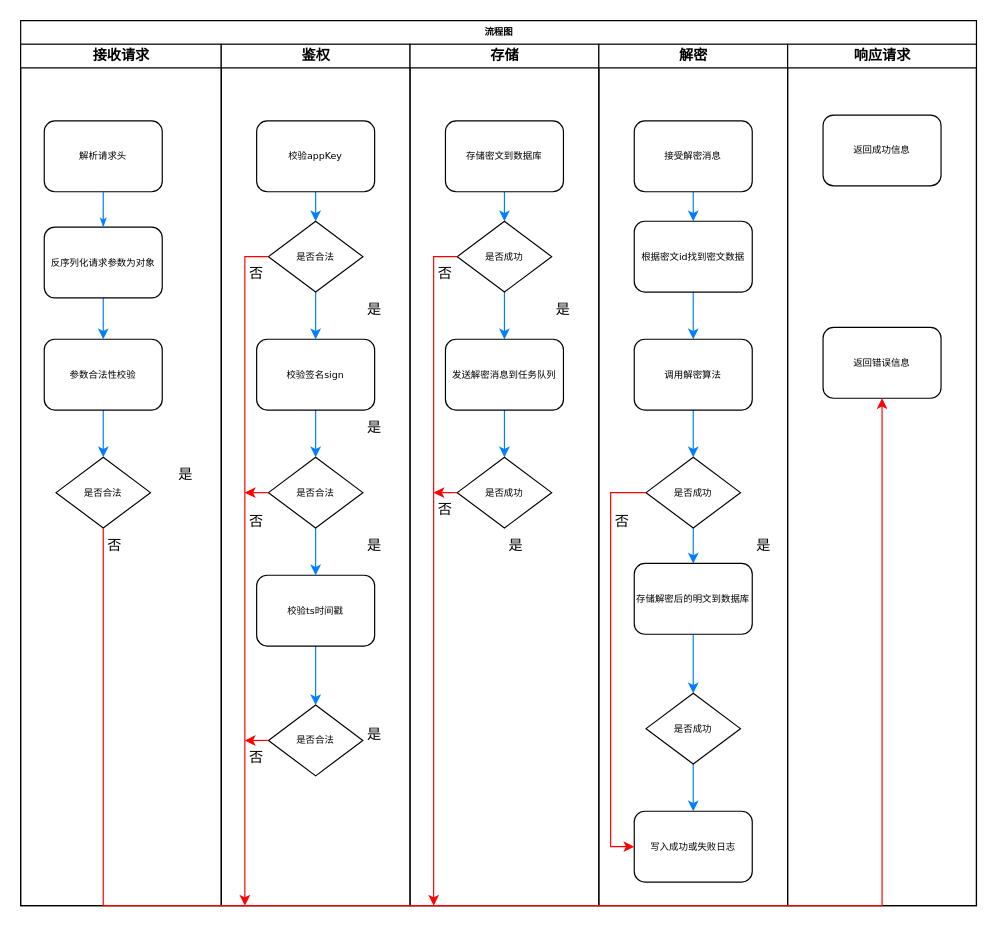
jeefs/mindGraph keeps this draw.io diagram as uploadEncryptData.drawio. Above is the earlier version. Source tidied: cells renumbered, new cells numbered last; positions are measured from the earlier drawing's top-left corner, leaving out a move shared by most shapes. Both pictures are drawn from the tidied source at 118%, with x=0, y=0 at pixel (20, 20).
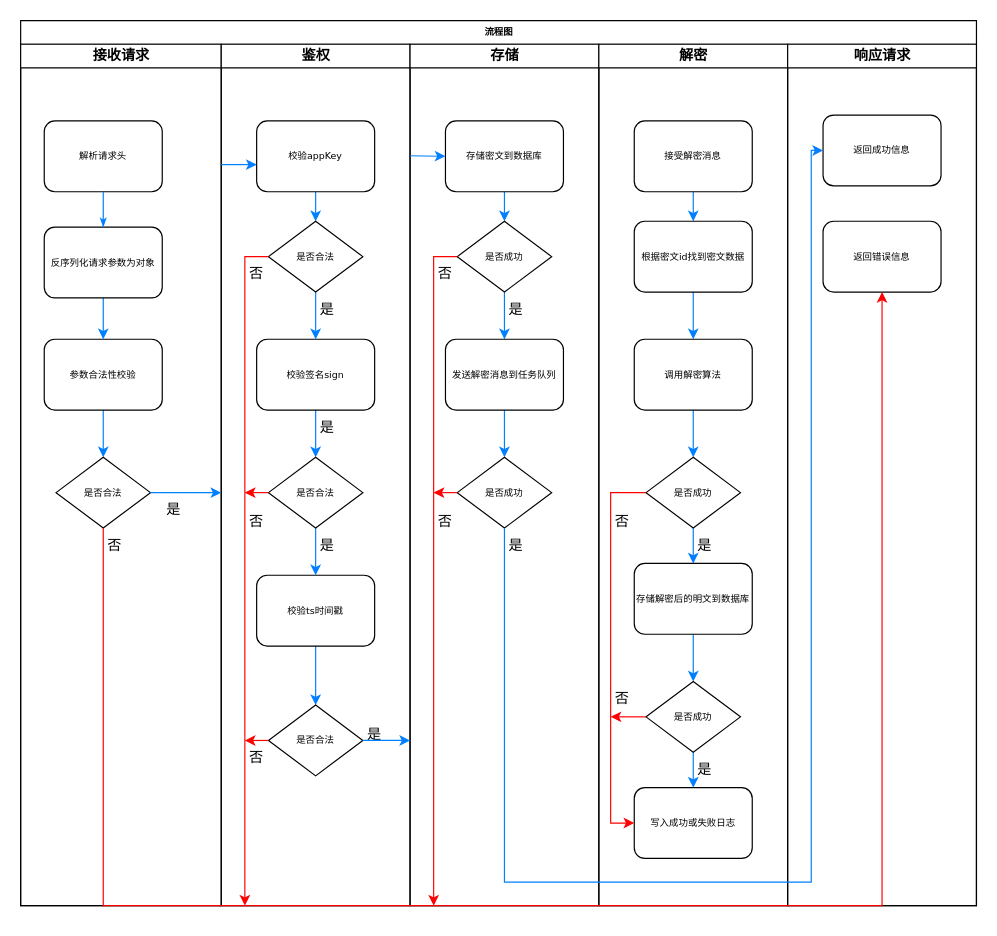
After the change.

The change refers to these unchanged cells:
```xml
<mxCell id="3" style="group;labelBackgroundColor=none;" parent="2" vertex="1">
  <mxGeometry y="20" width="810" height="730" as="geometry" />
</mxCell>
<mxCell id="4" value="接收请求" style="swimlane;html=1;startSize=20;labelBackgroundColor=none;" parent="3" vertex="1">
  <mxGeometry width="170" height="730" as="geometry" />
</mxCell>
<mxCell id="11" value="是否合法" style="rhombus;whiteSpace=wrap;html=1;rounded=0;shadow=0;labelBackgroundColor=none;strokeWidth=1;fontFamily=Verdana;fontSize=8;align=center;" parent="4" vertex="1">
  <mxGeometry x="30" y="350" width="80" height="60" as="geometry" />
</mxCell>
<mxCell id="14" value="鉴权" style="swimlane;html=1;startSize=20;labelBackgroundColor=none;" parent="3" vertex="1">
  <mxGeometry x="170" width="160" height="730" as="geometry" />
</mxCell>
<mxCell id="28" value="是否合法" style="rhombus;whiteSpace=wrap;html=1;rounded=0;shadow=0;labelBackgroundColor=none;strokeWidth=1;fontFamily=Verdana;fontSize=8;align=center;" parent="14" vertex="1">
  <mxGeometry x="40" y="560" width="80" height="60" as="geometry" />
</mxCell>
<mxCell id="33" value="存储" style="swimlane;html=1;startSize=20;labelBackgroundColor=none;" parent="3" vertex="1">
  <mxGeometry x="330" width="160" height="730" as="geometry" />
</mxCell>
<mxCell id="40" value="是否成功" style="rhombus;whiteSpace=wrap;html=1;rounded=0;shadow=0;labelBackgroundColor=none;strokeWidth=1;fontFamily=Verdana;fontSize=8;align=center;" parent="33" vertex="1">
  <mxGeometry x="40" y="350" width="80" height="60" as="geometry" />
</mxCell>
<mxCell id="45" value="解密" style="swimlane;html=1;startSize=20;labelBackgroundColor=none;" parent="3" vertex="1">
  <mxGeometry x="490" width="160" height="730" as="geometry" />
</mxCell>
<mxCell id="53" value="是否成功" style="rhombus;whiteSpace=wrap;html=1;rounded=0;shadow=0;labelBackgroundColor=none;strokeWidth=1;fontFamily=Verdana;fontSize=8;align=center;" parent="45" vertex="1">
  <mxGeometry x="40" y="350" width="80" height="60" as="geometry" />
</mxCell>
<mxCell id="62" value="响应请求" style="swimlane;html=1;startSize=20;labelBackgroundColor=none;" parent="3" vertex="1">
  <mxGeometry x="650" width="160" height="730" as="geometry" />
</mxCell>
<mxCell id="64" value="返回成功信息" style="rounded=1;whiteSpace=wrap;html=1;shadow=0;labelBackgroundColor=none;strokeWidth=1;fontFamily=Verdana;fontSize=8;align=center;" parent="62" vertex="1">
  <mxGeometry x="30" y="60" width="100" height="60" as="geometry" />
</mxCell>
```

Change to the diagram source:
```diff
@@
-    <mxCell id="12" value="是" style="text;strokeColor=none;align=center;fillColor=none;html=1;verticalAlign=middle;whiteSpace=wrap;rounded=0;labelBackgroundColor=none;" parent="4" vertex="1">
-      <mxGeometry x="110" y="350" width="60" height="30" as="geometry" />
-    </mxCell>
@@
+    <mxCell id="71" value="是" style="text;strokeColor=none;align=center;fillColor=none;html=1;verticalAlign=middle;whiteSpace=wrap;rounded=0;labelBackgroundColor=none;" parent="4" vertex="1">
+      <mxGeometry x="100" y="380" width="60" height="30" as="geometry" />
+    </mxCell>
@@
     <mxCell id="23" value="是" style="text;strokeColor=none;align=center;fillColor=none;html=1;verticalAlign=middle;whiteSpace=wrap;rounded=0;labelBackgroundColor=none;" parent="14" vertex="1">
-      <mxGeometry x="100" y="210" width="60" height="30" as="geometry" />
+      <mxGeometry x="60" y="210" width="60" height="30" as="geometry" />
     </mxCell>
@@
     <mxCell id="26" value="是" style="text;strokeColor=none;align=center;fillColor=none;html=1;verticalAlign=middle;whiteSpace=wrap;rounded=0;labelBackgroundColor=none;" parent="14" vertex="1">
-      <mxGeometry x="100" y="310" width="60" height="30" as="geometry" />
+      <mxGeometry x="60" y="310" width="60" height="30" as="geometry" />
     </mxCell>
     <mxCell id="27" value="是" style="text;strokeColor=none;align=center;fillColor=none;html=1;verticalAlign=middle;whiteSpace=wrap;rounded=0;labelBackgroundColor=none;" parent="14" vertex="1">
-      <mxGeometry x="100" y="410" width="60" height="30" as="geometry" />
+      <mxGeometry x="60" y="410" width="60" height="30" as="geometry" />
     </mxCell>
@@
+    <mxCell id="72" style="endArrow=classic;html=1;rounded=0;strokeColor=#007FFF;" parent="14" edge="1">
+      <mxGeometry relative="1" as="geometry">
+        <mxPoint y="102" as="sourcePoint" />
+        <mxPoint x="30" y="102" as="targetPoint" />
+      </mxGeometry>
+    </mxCell>
@@
     <mxCell id="41" value="是" style="text;strokeColor=none;align=center;fillColor=none;html=1;verticalAlign=middle;whiteSpace=wrap;rounded=0;labelBackgroundColor=none;" parent="33" vertex="1">
-      <mxGeometry x="100" y="210" width="60" height="30" as="geometry" />
+      <mxGeometry x="60" y="210" width="60" height="30" as="geometry" />
     </mxCell>
@@
     <mxCell id="43" value="否" style="text;strokeColor=none;align=center;fillColor=none;html=1;verticalAlign=middle;whiteSpace=wrap;rounded=0;labelBackgroundColor=none;" parent="33" vertex="1">
-      <mxGeometry y="380" width="60" height="30" as="geometry" />
+      <mxGeometry y="390" width="60" height="30" as="geometry" />
     </mxCell>
+    <mxCell id="73" style="endArrow=classic;html=1;rounded=0;strokeColor=#007FFF;" parent="33" edge="1">
+      <mxGeometry relative="1" as="geometry">
+        <mxPoint y="94.5" as="sourcePoint" />
+        <mxPoint x="30" y="95" as="targetPoint" />
+      </mxGeometry>
+    </mxCell>
@@
     <mxCell id="56" value="是" style="text;strokeColor=none;align=center;fillColor=none;html=1;verticalAlign=middle;whiteSpace=wrap;rounded=0;labelBackgroundColor=none;" parent="45" vertex="1">
-      <mxGeometry x="110" y="410" width="60" height="30" as="geometry" />
+      <mxGeometry x="60" y="410" width="60" height="30" as="geometry" />
     </mxCell>
     <mxCell id="57" value="写入成功或失败日志" style="rounded=1;whiteSpace=wrap;html=1;shadow=0;labelBackgroundColor=none;strokeWidth=1;fontFamily=Verdana;fontSize=8;align=center;" parent="45" vertex="1">
-      <mxGeometry x="30" y="650" width="100" height="60" as="geometry" />
+      <mxGeometry x="30" y="630" width="100" height="60" as="geometry" />
     </mxCell>
     <mxCell id="58" style="edgeStyle=orthogonalEdgeStyle;rounded=0;jettySize=auto;html=1;entryX=0;entryY=0.5;entryDx=0;entryDy=0;labelBackgroundColor=none;fontColor=default;strokeColor=#FF0000;" parent="45" edge="1" source="53" target="57">
       <mxGeometry relative="1" as="geometry">
         <Array as="points">
           <mxPoint x="10" y="380" />
-          <mxPoint x="10" y="680" />
+          <mxPoint x="10" y="660" />
         </Array>
       </mxGeometry>
     </mxCell>
@@
     <mxCell id="61" value="是否成功" style="rhombus;whiteSpace=wrap;html=1;rounded=0;shadow=0;labelBackgroundColor=none;strokeWidth=1;fontFamily=Verdana;fontSize=8;align=center;" parent="45" vertex="1">
-      <mxGeometry x="40" y="550" width="80" height="60" as="geometry" />
+      <mxGeometry x="40" y="540" width="80" height="60" as="geometry" />
     </mxCell>
+    <mxCell id="74" value="是" style="text;strokeColor=none;align=center;fillColor=none;html=1;verticalAlign=middle;whiteSpace=wrap;rounded=0;labelBackgroundColor=none;" parent="45" vertex="1">
+      <mxGeometry x="60" y="600" width="60" height="30" as="geometry" />
+    </mxCell>
+    <mxCell id="75" style="endArrow=classic;html=1;rounded=0;strokeColor=#FF0000;" parent="45" edge="1">
+      <mxGeometry relative="1" as="geometry">
+        <mxPoint x="40" y="570" as="sourcePoint" />
+        <mxPoint x="10" y="570" as="targetPoint" />
+      </mxGeometry>
+    </mxCell>
+    <mxCell id="76" value="否" style="text;strokeColor=none;align=center;fillColor=none;html=1;verticalAlign=middle;whiteSpace=wrap;rounded=0;labelBackgroundColor=none;" parent="45" vertex="1">
+      <mxGeometry x="-10" y="540" width="60" height="30" as="geometry" />
+    </mxCell>
@@
     <mxCell id="63" value="返回错误信息" style="rounded=1;whiteSpace=wrap;html=1;shadow=0;labelBackgroundColor=none;strokeWidth=1;fontFamily=Verdana;fontSize=8;align=center;" parent="62" vertex="1">
-      <mxGeometry x="30" y="240" width="100" height="60" as="geometry" />
+      <mxGeometry x="30" y="150" width="100" height="60" as="geometry" />
     </mxCell>
@@
+    <mxCell id="77" style="edgeStyle=orthogonalEdgeStyle;rounded=0;jettySize=auto;html=1;strokeColor=#007FFF;" parent="3" edge="1" source="28">
+      <mxGeometry relative="1" as="geometry">
+        <mxPoint x="330" y="590" as="targetPoint" />
+      </mxGeometry>
+    </mxCell>
+    <mxCell id="78" style="edgeStyle=orthogonalEdgeStyle;rounded=0;jettySize=auto;html=1;strokeColor=#007FFF;" parent="3" edge="1" source="11">
+      <mxGeometry relative="1" as="geometry">
+        <mxPoint x="170" y="380" as="targetPoint" />
+      </mxGeometry>
+    </mxCell>
+    <mxCell id="79" style="edgeStyle=orthogonalEdgeStyle;rounded=0;jettySize=auto;html=1;strokeColor=#007FFF;entryX=0;entryY=0.5;entryDx=0;entryDy=0;" parent="3" edge="1" source="40" target="64">
+      <mxGeometry relative="1" as="geometry">
+        <Array as="points">
+          <mxPoint x="410" y="710" />
+          <mxPoint x="670" y="710" />
+          <mxPoint x="670" y="90" />
+        </Array>
+      </mxGeometry>
+    </mxCell>
```
